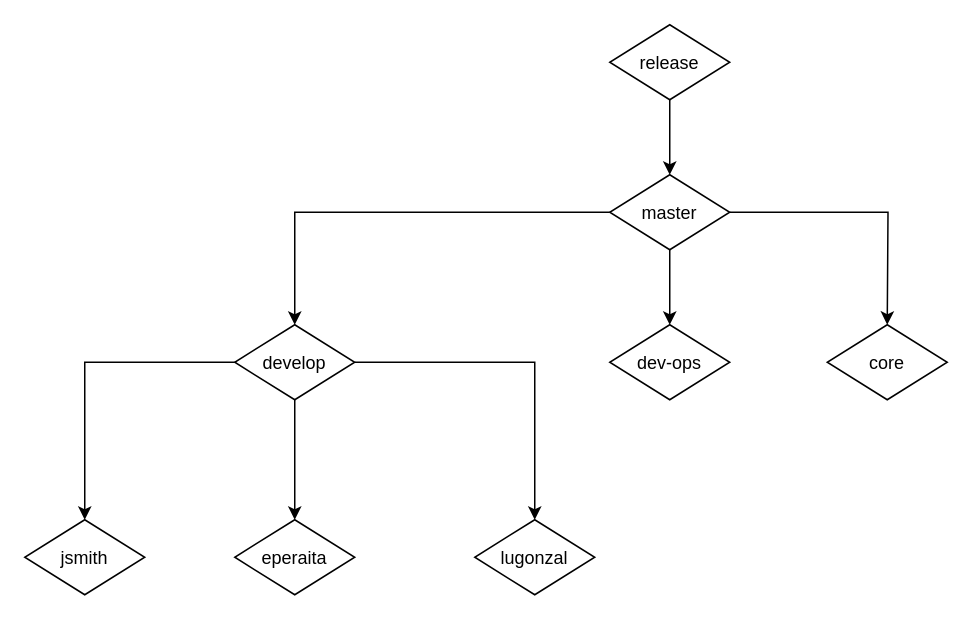
Before: page "Página-5" (5 of 5) of Transcendence.drawio in lugonzalg/Diagramas_42, a draw.io diagram. Source tidied: cells renumbered, new cells numbered last; positions are measured from the earlier drawing's top-left corner, leaving out a move shared by most shapes. Both pictures are drawn from the tidied source at 150%, with x=0, y=0 at pixel (24, 24).
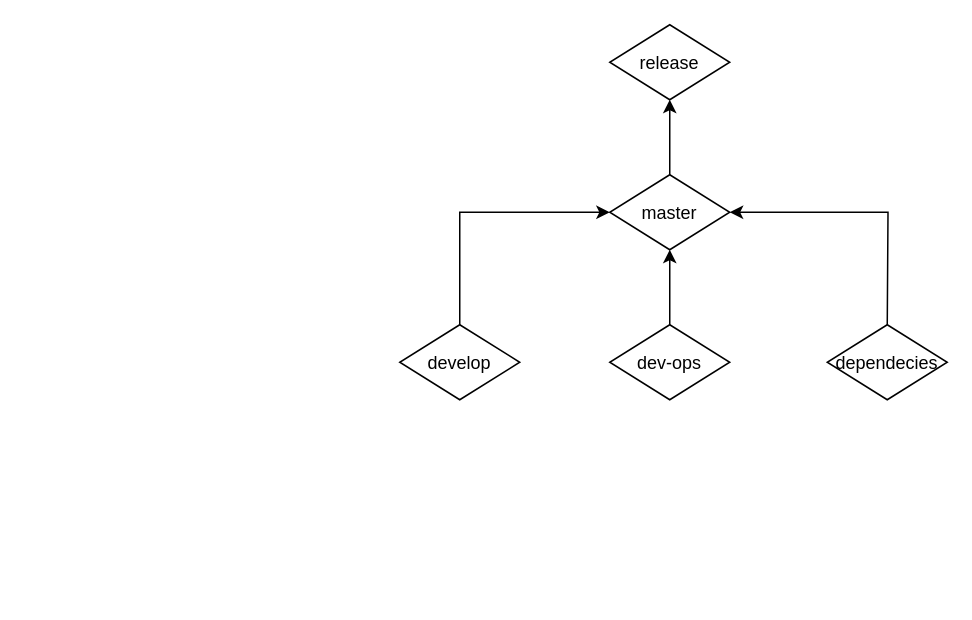
The same page after the edit.

Diff of the diagram source:
```diff
@@
 <mxGraphModel>
   <root>
     <mxCell id="0" />
     <mxCell id="1" parent="0" />
-    <mxCell id="2" style="edgeStyle=orthogonalEdgeStyle;rounded=0;jettySize=auto;html=1;entryX=0.5;entryY=0;entryDx=0;entryDy=0;" parent="1" edge="1" source="5">
+    <mxCell id="2" style="edgeStyle=orthogonalEdgeStyle;rounded=0;jettySize=auto;html=1;entryX=0.5;entryY=0;entryDx=0;entryDy=0;endArrow=none;endFill=0;startArrow=classic;startFill=1;" parent="1" edge="1" source="5">
       <mxGeometry relative="1" as="geometry">
         <mxPoint x="575" y="200" as="targetPoint" />
       </mxGeometry>
     </mxCell>
-    <mxCell id="3" style="edgeStyle=orthogonalEdgeStyle;rounded=0;jettySize=auto;html=1;" parent="1" edge="1" source="5" target="9">
+    <mxCell id="3" style="edgeStyle=orthogonalEdgeStyle;rounded=0;jettySize=auto;html=1;endArrow=none;endFill=0;startArrow=classic;startFill=1;" parent="1" edge="1" source="5" target="9">
       <mxGeometry relative="1" as="geometry" />
     </mxCell>
-    <mxCell id="4" style="edgeStyle=orthogonalEdgeStyle;rounded=0;jettySize=auto;html=1;" parent="1" edge="1" source="5" target="13">
+    <mxCell id="4" style="edgeStyle=orthogonalEdgeStyle;rounded=0;jettySize=auto;html=1;startArrow=classic;startFill=1;endArrow=none;endFill=0;" parent="1" edge="1" source="5" target="13">
       <mxGeometry relative="1" as="geometry" />
     </mxCell>
     <mxCell id="5" value="master" style="rhombus;" parent="1" vertex="1">
       <mxGeometry x="390" y="100" width="80" height="50" as="geometry" />
     </mxCell>
-    <mxCell id="6" style="edgeStyle=orthogonalEdgeStyle;rounded=0;jettySize=auto;html=1;" parent="1" edge="1" source="7" target="5">
+    <mxCell id="6" style="edgeStyle=orthogonalEdgeStyle;rounded=0;jettySize=auto;html=1;startArrow=classic;startFill=1;endArrow=none;endFill=0;" parent="1" edge="1" source="7" target="5">
       <mxGeometry relative="1" as="geometry" />
     </mxCell>
     <mxCell id="7" value="release" style="rhombus;" parent="1" vertex="1">
       <mxGeometry x="390" width="80" height="50" as="geometry" />
     </mxCell>
-    <mxCell id="8" value="core" style="rhombus;" parent="1" vertex="1">
+    <mxCell id="8" value="dependecies" style="rhombus;" parent="1" vertex="1">
       <mxGeometry x="535" y="200" width="80" height="50" as="geometry" />
     </mxCell>
     <mxCell id="9" value="dev-ops" style="rhombus;" parent="1" vertex="1">
       <mxGeometry x="390" y="200" width="80" height="50" as="geometry" />
     </mxCell>
-    <mxCell id="10" style="edgeStyle=orthogonalEdgeStyle;rounded=0;jettySize=auto;html=1;" parent="1" edge="1" source="13" target="14">
-      <mxGeometry relative="1" as="geometry" />
-    </mxCell>
-    <mxCell id="11" style="edgeStyle=orthogonalEdgeStyle;rounded=0;jettySize=auto;html=1;" parent="1" edge="1" source="13" target="15">
-      <mxGeometry relative="1" as="geometry" />
-    </mxCell>
-    <mxCell id="12" style="edgeStyle=orthogonalEdgeStyle;rounded=0;jettySize=auto;html=1;" parent="1" edge="1" source="13" target="16">
-      <mxGeometry relative="1" as="geometry" />
-    </mxCell>
     <mxCell id="13" value="develop" style="rhombus;" parent="1" vertex="1">
-      <mxGeometry x="140" y="200" width="80" height="50" as="geometry" />
+      <mxGeometry x="250" y="200" width="80" height="50" as="geometry" />
     </mxCell>
-    <mxCell id="14" value="jsmith" style="rhombus;" parent="1" vertex="1">
-      <mxGeometry y="330" width="80" height="50" as="geometry" />
-    </mxCell>
-    <mxCell id="15" value="lugonzal" style="rhombus;" parent="1" vertex="1">
-      <mxGeometry x="300" y="330" width="80" height="50" as="geometry" />
-    </mxCell>
-    <mxCell id="16" value="eperaita" style="rhombus;" parent="1" vertex="1">
-      <mxGeometry x="140" y="330" width="80" height="50" as="geometry" />
-    </mxCell>
   </root>
 </mxGraphModel>
```
